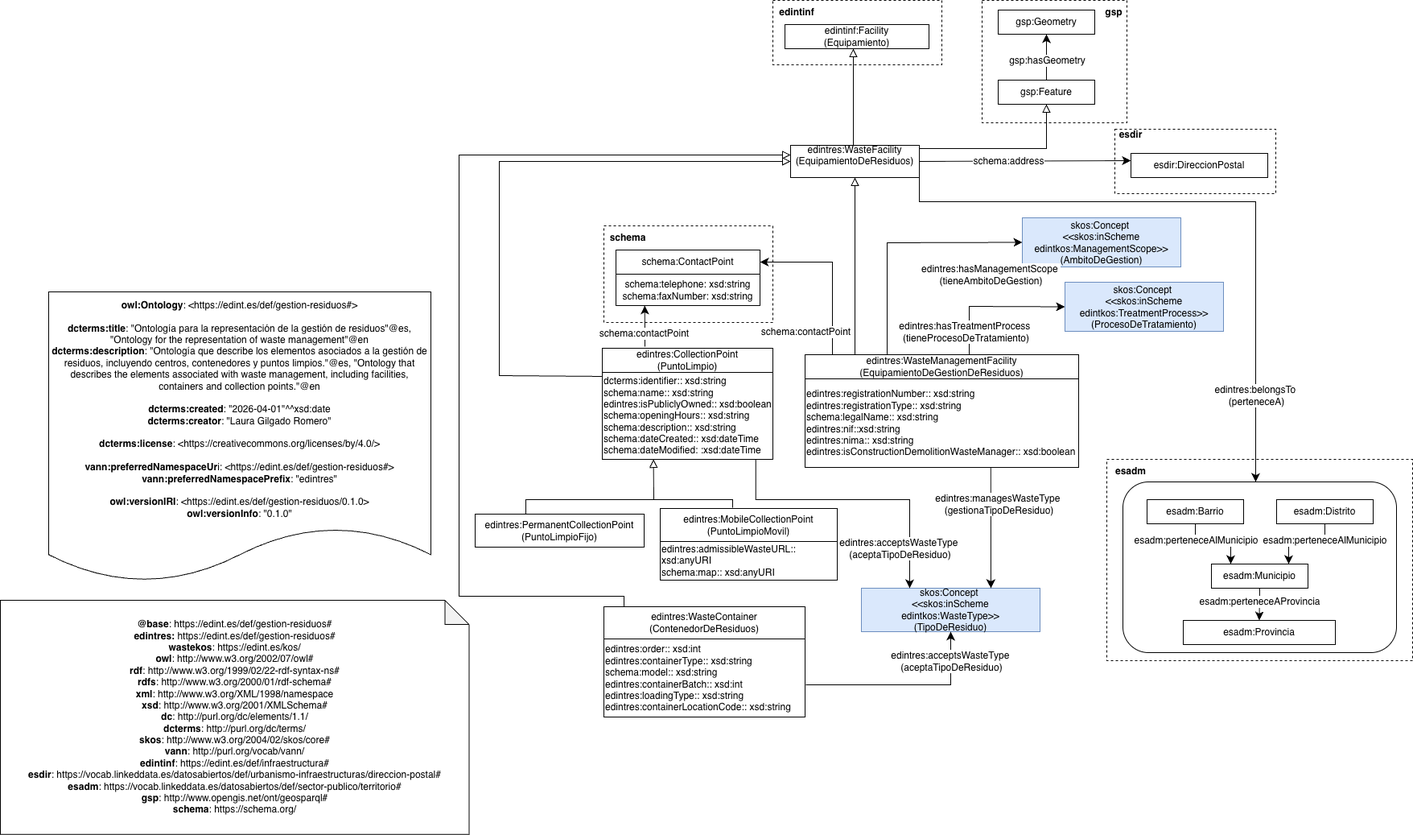
Earlier version of the draw.io export documentation/images/diagram.png (EDINT-Ontologia/edint-ontologia-gestion-residuos). Source tidied: cells renumbered, new cells last; positions are measured from the earlier drawing's top-left corner, leaving out a move shared by most shapes.
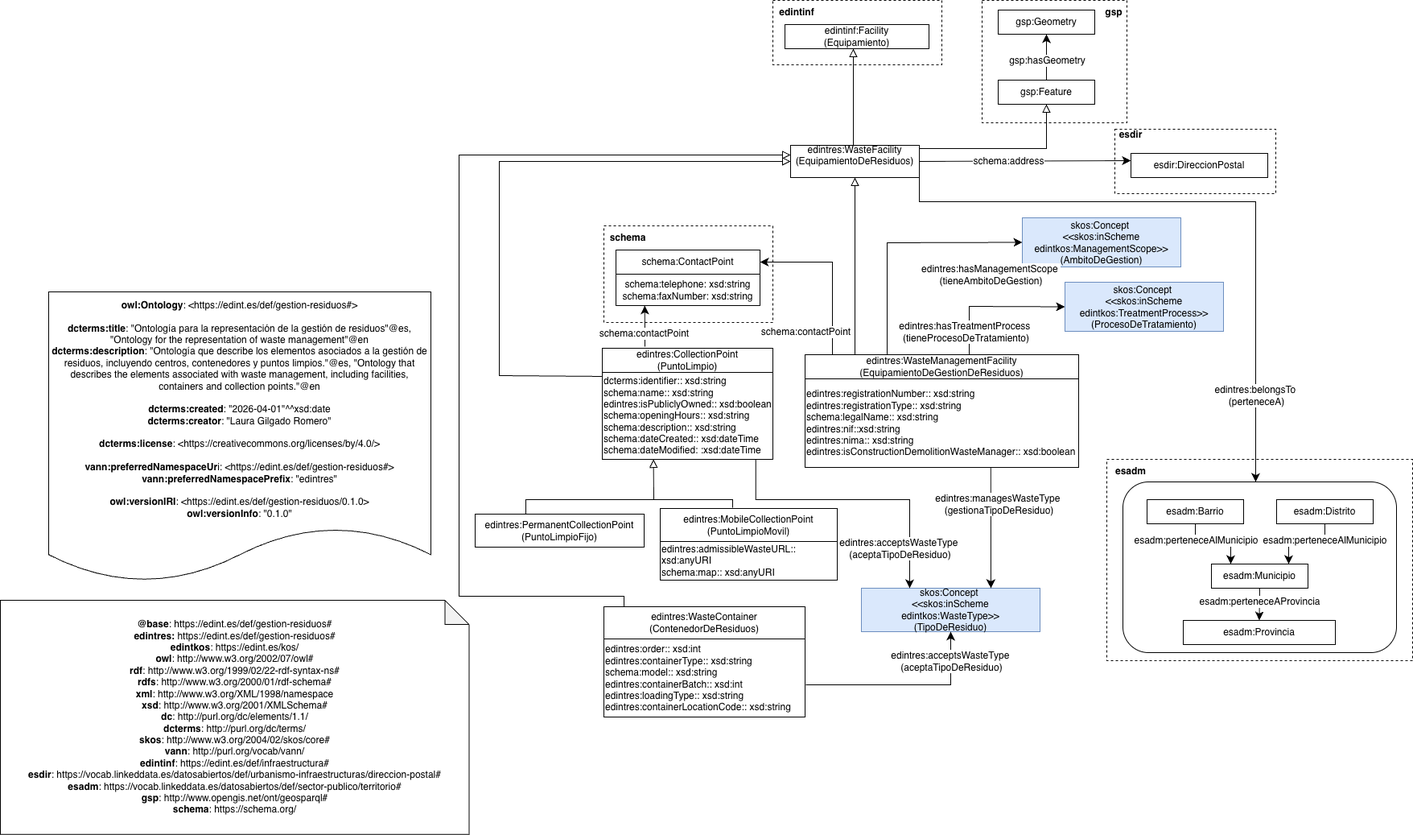
The same file after the commit.

Diff of the diagram source:
```diff
@@ -125,7 +125,7 @@
     <mxCell id="30" style="rounded=0;whiteSpace=wrap;html=1;dashed=1;" parent="1" vertex="1">
       <mxGeometry x="1385" y="160" width="200" height="80" as="geometry" />
     </mxCell>
-    <mxCell id="31" value="&lt;div&gt;&lt;b&gt;@base&lt;/b&gt;:&amp;nbsp;&lt;span style=&quot;background-color: transparent; color: light-dark(rgb(0, 0, 0), rgb(255, 255, 255));&quot;&gt;https://edint.es/def/gestion-residuos#&lt;/span&gt;&lt;/div&gt;&lt;div style=&quot;&quot;&gt;&lt;b&gt;edintres:&lt;/b&gt;&amp;nbsp;&lt;span style=&quot;background-color: transparent; color: light-dark(rgb(0, 0, 0), rgb(255, 255, 255));&quot;&gt;https://edint.es/def/gestion-residuos#&lt;/span&gt;&lt;br&gt;&lt;/div&gt;&lt;div style=&quot;&quot;&gt;&lt;span style=&quot;background-color: transparent; color: light-dark(rgb(0, 0, 0), rgb(255, 255, 255));&quot;&gt;&lt;b&gt;wastekos&lt;/b&gt;:&amp;nbsp;&lt;/span&gt;&lt;span style=&quot;background-color: transparent; color: light-dark(rgb(0, 0, 0), rgb(255, 255, 255));&quot;&gt;https://edint.es/kos/&lt;/span&gt;&lt;/div&gt;&lt;div&gt;&lt;div style=&quot;&quot;&gt;&lt;b&gt;owl&lt;/b&gt;: http://www.w3.org/2002/07/owl#&lt;/div&gt;&lt;div&gt;&lt;b&gt;rdf&lt;/b&gt;: http://www.w3.org/1999/02/22-rdf-syntax-ns#&lt;/div&gt;&lt;div&gt;&lt;b&gt;rdfs&lt;/b&gt;: http://www.w3.org/2000/01/rdf-schema#&lt;/div&gt;&lt;div&gt;&lt;b&gt;xml&lt;/b&gt;: http://www.w3.org/XML/1998/namespace&lt;/div&gt;&lt;div&gt;&lt;b&gt;xsd&lt;/b&gt;: http://www.w3.org/2001/XMLSchema#&lt;/div&gt;&lt;div&gt;&lt;b&gt;dc&lt;/b&gt;: http://purl.org/dc/elements/1.1/&lt;/div&gt;&lt;div&gt;&lt;b&gt;dcterms&lt;/b&gt;: http://purl.org/dc/terms/&lt;/div&gt;&lt;div&gt;&lt;b&gt;skos&lt;/b&gt;:&amp;nbsp;&lt;span style=&quot;background-color: transparent; color: light-dark(rgb(0, 0, 0), rgb(255, 255, 255));&quot;&gt;http://www.w3.org/2004/02/skos/core#&lt;/span&gt;&lt;/div&gt;&lt;div&gt;&lt;b&gt;vann&lt;/b&gt;: http://purl.org/vocab/vann/&lt;/div&gt;&lt;/div&gt;&lt;div&gt;&lt;b&gt;edintinf&lt;/b&gt;: https://edint.es/def/infraestructura#&lt;/div&gt;&lt;div&gt;&lt;b&gt;esdir&lt;/b&gt;:&amp;nbsp;https://vocab.linkeddata.es/datosabiertos/def/urbanismo-infraestructuras/direccion-postal#&lt;/div&gt;&lt;div&gt;&lt;b&gt;esadm&lt;/b&gt;:&amp;nbsp;https://vocab.linkeddata.es/datosabiertos/def/sector-publico/territorio#&lt;/div&gt;&lt;div&gt;&lt;b&gt;gsp&lt;/b&gt;:&amp;nbsp;&lt;span style=&quot;background-color: transparent; color: light-dark(rgb(0, 0, 0), rgb(255, 255, 255));&quot;&gt;http://www.opengis.net/ont/geosparql#&lt;/span&gt;&lt;/div&gt;&lt;div&gt;&lt;b&gt;schema&lt;/b&gt;:&amp;nbsp;&lt;span style=&quot;background-color: transparent; color: light-dark(rgb(0, 0, 0), rgb(255, 255, 255));&quot;&gt;https://schema.org/&lt;/span&gt;&lt;/div&gt;" style="shape=note;whiteSpace=wrap;html=1;backgroundOutline=1;darkOpacity=0.05;" parent="1" vertex="1">
+    <mxCell id="31" value="&lt;div&gt;&lt;b&gt;@base&lt;/b&gt;:&amp;nbsp;&lt;span style=&quot;background-color: transparent; color: light-dark(rgb(0, 0, 0), rgb(255, 255, 255));&quot;&gt;https://edint.es/def/gestion-residuos#&lt;/span&gt;&lt;/div&gt;&lt;div style=&quot;&quot;&gt;&lt;b&gt;edintres:&lt;/b&gt;&amp;nbsp;&lt;span style=&quot;background-color: transparent; color: light-dark(rgb(0, 0, 0), rgb(255, 255, 255));&quot;&gt;https://edint.es/def/gestion-residuos#&lt;/span&gt;&lt;br&gt;&lt;/div&gt;&lt;div style=&quot;&quot;&gt;&lt;span style=&quot;background-color: transparent; color: light-dark(rgb(0, 0, 0), rgb(255, 255, 255));&quot;&gt;&lt;b&gt;edintkos&lt;/b&gt;:&amp;nbsp;&lt;/span&gt;&lt;span style=&quot;background-color: transparent; color: light-dark(rgb(0, 0, 0), rgb(255, 255, 255));&quot;&gt;https://edint.es/kos/&lt;/span&gt;&lt;/div&gt;&lt;div&gt;&lt;div style=&quot;&quot;&gt;&lt;b&gt;owl&lt;/b&gt;: http://www.w3.org/2002/07/owl#&lt;/div&gt;&lt;div&gt;&lt;b&gt;rdf&lt;/b&gt;: http://www.w3.org/1999/02/22-rdf-syntax-ns#&lt;/div&gt;&lt;div&gt;&lt;b&gt;rdfs&lt;/b&gt;: http://www.w3.org/2000/01/rdf-schema#&lt;/div&gt;&lt;div&gt;&lt;b&gt;xml&lt;/b&gt;: http://www.w3.org/XML/1998/namespace&lt;/div&gt;&lt;div&gt;&lt;b&gt;xsd&lt;/b&gt;: http://www.w3.org/2001/XMLSchema#&lt;/div&gt;&lt;div&gt;&lt;b&gt;dc&lt;/b&gt;: http://purl.org/dc/elements/1.1/&lt;/div&gt;&lt;div&gt;&lt;b&gt;dcterms&lt;/b&gt;: http://purl.org/dc/terms/&lt;/div&gt;&lt;div&gt;&lt;b&gt;skos&lt;/b&gt;:&amp;nbsp;&lt;span style=&quot;background-color: transparent; color: light-dark(rgb(0, 0, 0), rgb(255, 255, 255));&quot;&gt;http://www.w3.org/2004/02/skos/core#&lt;/span&gt;&lt;/div&gt;&lt;div&gt;&lt;b&gt;vann&lt;/b&gt;: http://purl.org/vocab/vann/&lt;/div&gt;&lt;/div&gt;&lt;div&gt;&lt;b&gt;edintinf&lt;/b&gt;: https://edint.es/def/infraestructura#&lt;/div&gt;&lt;div&gt;&lt;b&gt;esdir&lt;/b&gt;:&amp;nbsp;https://vocab.linkeddata.es/datosabiertos/def/urbanismo-infraestructuras/direccion-postal#&lt;/div&gt;&lt;div&gt;&lt;b&gt;esadm&lt;/b&gt;:&amp;nbsp;https://vocab.linkeddata.es/datosabiertos/def/sector-publico/territorio#&lt;/div&gt;&lt;div&gt;&lt;b&gt;gsp&lt;/b&gt;:&amp;nbsp;&lt;span style=&quot;background-color: transparent; color: light-dark(rgb(0, 0, 0), rgb(255, 255, 255));&quot;&gt;http://www.opengis.net/ont/geosparql#&lt;/span&gt;&lt;/div&gt;&lt;div&gt;&lt;b&gt;schema&lt;/b&gt;:&amp;nbsp;&lt;span style=&quot;background-color: transparent; color: light-dark(rgb(0, 0, 0), rgb(255, 255, 255));&quot;&gt;https://schema.org/&lt;/span&gt;&lt;/div&gt;" style="shape=note;whiteSpace=wrap;html=1;backgroundOutline=1;darkOpacity=0.05;" parent="1" vertex="1">
       <mxGeometry y="745.1" width="582.5" height="290.8" as="geometry" />
     </mxCell>
     <mxCell id="32" value="&lt;div&gt;&lt;b style=&quot;border-color: var(--border-color);&quot;&gt;owl:Ontology&lt;/b&gt;: &amp;lt;https://edint.es/def/gestion-residuos#&amp;gt;&lt;b&gt;&lt;br&gt;&lt;/b&gt;&lt;/div&gt;&lt;div&gt;&lt;b&gt;&lt;br&gt;&lt;/b&gt;&lt;/div&gt;&lt;div&gt;&lt;span style=&quot;background-color: light-dark(rgb(255, 255, 255), rgb(18, 18, 18));&quot;&gt;&lt;b&gt;dcterms&lt;/b&gt;&lt;/span&gt;&lt;b&gt;:title&lt;/b&gt;: &quot;Ontología para la representación de la gestión de residuos&quot;@es, &quot;Ontology for the representation of waste management&quot;@en&lt;br&gt;&lt;b&gt;dcterms&lt;/b&gt;&lt;b&gt;:description&lt;/b&gt;: &quot;Ontología que describe los elementos asociados a la gestión de residuos, incluyendo centros, contenedores y puntos limpios.&quot;@es, &quot;Ontology that describes the elements associated with waste management, including facilities, containers and collection points.&quot;@en&lt;br&gt;&lt;br&gt;&lt;b&gt;dcterms&lt;/b&gt;&lt;b&gt;:created&lt;/b&gt;: &quot;2026-04-01&quot;^^xsd:date &lt;br&gt;&lt;b&gt;dcterms&lt;/b&gt;&lt;b&gt;:creator&lt;/b&gt;: &quot;Laura Gilgado Romero&quot;&lt;br&gt;&lt;br&gt;&lt;b&gt;dcterms&lt;/b&gt;&lt;b&gt;:license&lt;/b&gt;: &amp;lt;https://creativecommons.org/licenses/by/4.0/&amp;gt;&lt;br&gt;&lt;/div&gt;&lt;div&gt;&lt;br&gt;&lt;/div&gt;&lt;div&gt;&lt;b&gt;vann:preferredNamespaceUr&lt;/b&gt;i: &amp;lt;https://edint.es/def/gestion-residuos#&amp;gt;&lt;br&gt;&lt;b&gt;vann:preferredNamespacePrefix&lt;/b&gt;: &quot;edintres&quot; &lt;br&gt;&lt;br&gt;&lt;b&gt;owl:versionIRI&lt;/b&gt;: &amp;lt;https://edint.es/def/gestion-residuos/0.1.0&amp;gt;&lt;br&gt;&lt;b&gt;owl:versionInfo&lt;/b&gt;: &quot;0.1.0&quot;&lt;br&gt;&lt;/div&gt;" style="shape=document;whiteSpace=wrap;html=1;boundedLbl=1;labelBackgroundColor=#ffffff;strokeColor=#000000;fontSize=12;fontColor=#000000;size=0.1875;" parent="1" vertex="1">
```
